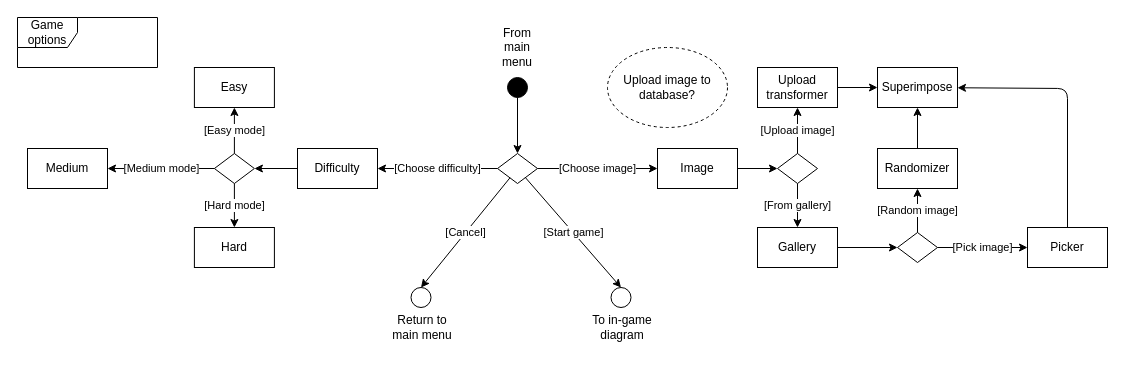
Before: Diagrams/Game Options Diagram.drawio in thomasmonradlaursen/GroupNine_SoftwareProject, a draw.io diagram. Source tidied: cells renumbered, new cells numbered last; positions are measured from the earlier drawing's top-left corner, leaving out a move shared by most shapes. Both pictures are drawn from the tidied source at 100%, with x=0, y=0 at pixel (17, 17).
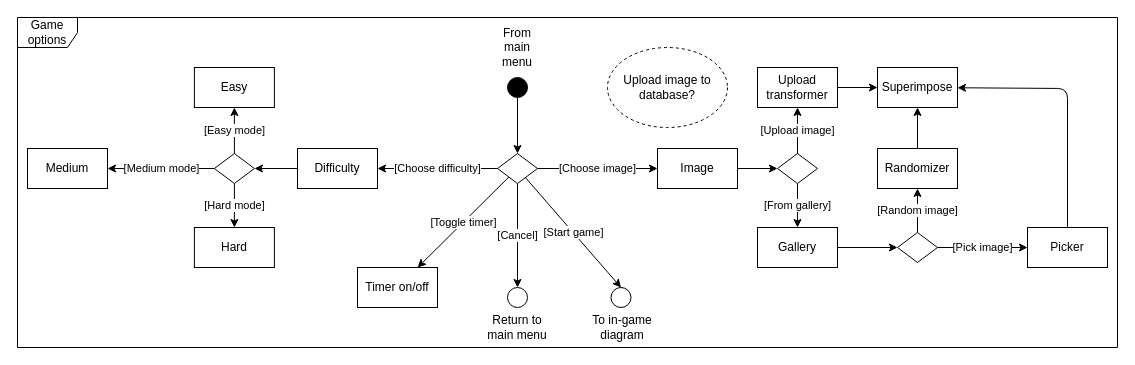
After the change.

Unchanged cells that the change refers to:
```xml
<mxCell id="17" style="rhombus;whiteSpace=wrap;html=1;" parent="1" vertex="1">
  <mxGeometry x="480" y="136" width="40" height="30" as="geometry" />
</mxCell>
```

What changed in the source:
```diff
@@
     <mxCell id="2" value="Game options" style="shape=umlFrame;whiteSpace=wrap;html=1;" parent="1" vertex="1">
-      <mxGeometry width="140" height="50" as="geometry" />
+      <mxGeometry width="1100" height="330" as="geometry" />
     </mxCell>
@@
-    <mxCell id="5" style="group;" parent="1" vertex="1">
-      <mxGeometry x="393.5" y="270" width="20" height="20" as="geometry" />
-    </mxCell>
-    <mxCell id="6" style="ellipse;whiteSpace=wrap;html=1;shadow=0;" parent="5" vertex="1">
-      <mxGeometry width="20" height="20" as="geometry" />
-    </mxCell>
     <mxCell id="7" value="Return to main menu" style="text;html=1;strokeColor=none;fillColor=none;align=center;verticalAlign=middle;whiteSpace=wrap;rounded=0;shadow=0;" parent="1" vertex="1">
-      <mxGeometry x="370" y="300" width="70" height="20" as="geometry" />
+      <mxGeometry x="465" y="300" width="70" height="20" as="geometry" />
     </mxCell>
@@
+    <mxCell id="6" style="ellipse;whiteSpace=wrap;html=1;shadow=0;" parent="1" vertex="1">
+      <mxGeometry x="490" y="270" width="20" height="20" as="geometry" />
+    </mxCell>
+    <mxCell id="44" value="[Toggle timer]" style="endArrow=classic;html=1;" parent="1" edge="1" source="17" target="45">
+      <mxGeometry relative="1" as="geometry" />
+    </mxCell>
+    <mxCell id="45" value="Timer on/off" style="rounded=0;whiteSpace=wrap;html=1;" parent="1" vertex="1">
+      <mxGeometry x="340" y="250" width="80" height="40" as="geometry" />
+    </mxCell>
```
